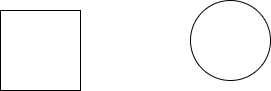
AngelineTung/assignment_3.16 keeps this draw.io diagram as test.drawio.png. Above is the earlier version. Source tidied: cells renumbered, new cells last; positions are measured from the earlier drawing's top-left corner, leaving out a move shared by most shapes. The source it was exported from:
```xml
<mxGraphModel>
  <root>
    <mxCell id="0" />
    <mxCell id="1" parent="0" />
    <mxCell id="2" style="whiteSpace=wrap;html=1;" parent="1" vertex="1">
      <mxGeometry y="10" width="80" height="80" as="geometry" />
    </mxCell>
    <mxCell id="3" style="ellipse;whiteSpace=wrap;html=1;" parent="1" vertex="1">
      <mxGeometry x="190" width="80" height="80" as="geometry" />
    </mxCell>
  </root>
</mxGraphModel>
```
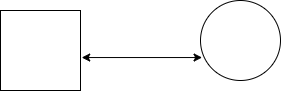
Later version of the same file.

What changed in the source:
```diff
@@ -6,7 +6,10 @@
       <mxGeometry y="10" width="80" height="80" as="geometry" />
     </mxCell>
     <mxCell id="3" style="ellipse;whiteSpace=wrap;html=1;" parent="1" vertex="1">
-      <mxGeometry x="190" width="80" height="80" as="geometry" />
+      <mxGeometry x="200" width="80" height="80" as="geometry" />
     </mxCell>
+    <mxCell id="4" style="endArrow=classic;startArrow=classic;html=1;rounded=0;exitX=1.015;exitY=0.588;exitDx=0;exitDy=0;exitPerimeter=0;entryX=0.02;entryY=0.713;entryDx=0;entryDy=0;entryPerimeter=0;" parent="1" edge="1" source="2" target="3">
+      <mxGeometry relative="1" as="geometry" />
+    </mxCell>
   </root>
 </mxGraphModel>
```
